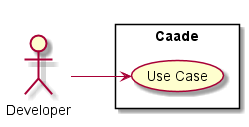
Above: docs/Actors/Developer/UseCases.png in CAADE/CAADE (PlantUML), before the change.
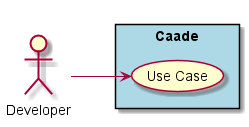
After the commit.

The edit, as a diff of the source:
```diff
@@ -4,7 +4,7 @@
 
 :Developer: as Actor
 
-rectangle "Caade" {
+rectangle "Caade" #lightblue {
     (Use Case) as U1
 }
 
```
